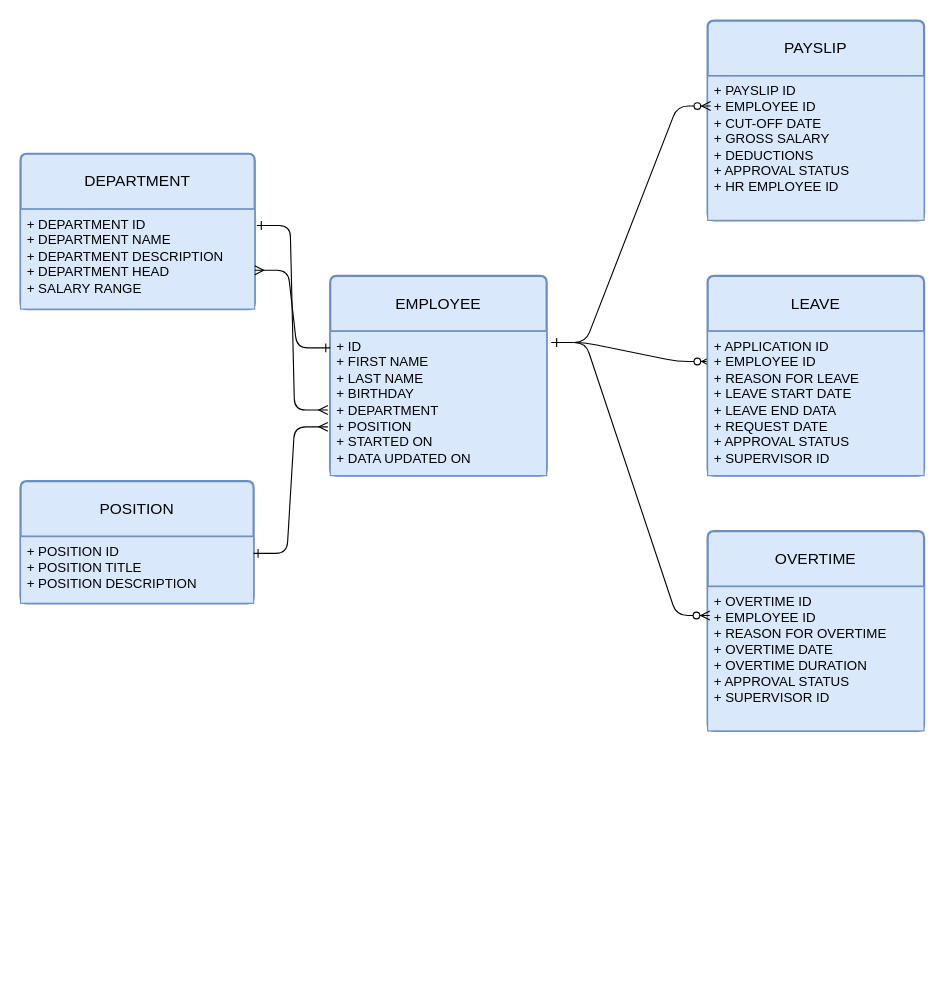
zephyrstorm123/MO-IT107-Worksheet3-ERD keeps this draw.io diagram as MO-IT107-ERD.drawio. Above is the earlier version. Source tidied: cells renumbered, new cells numbered last; positions are measured from the earlier drawing's top-left corner, leaving out a move shared by most shapes. Both pictures are drawn from the tidied source at 111%, with x=0, y=0 at pixel (-19, 20).
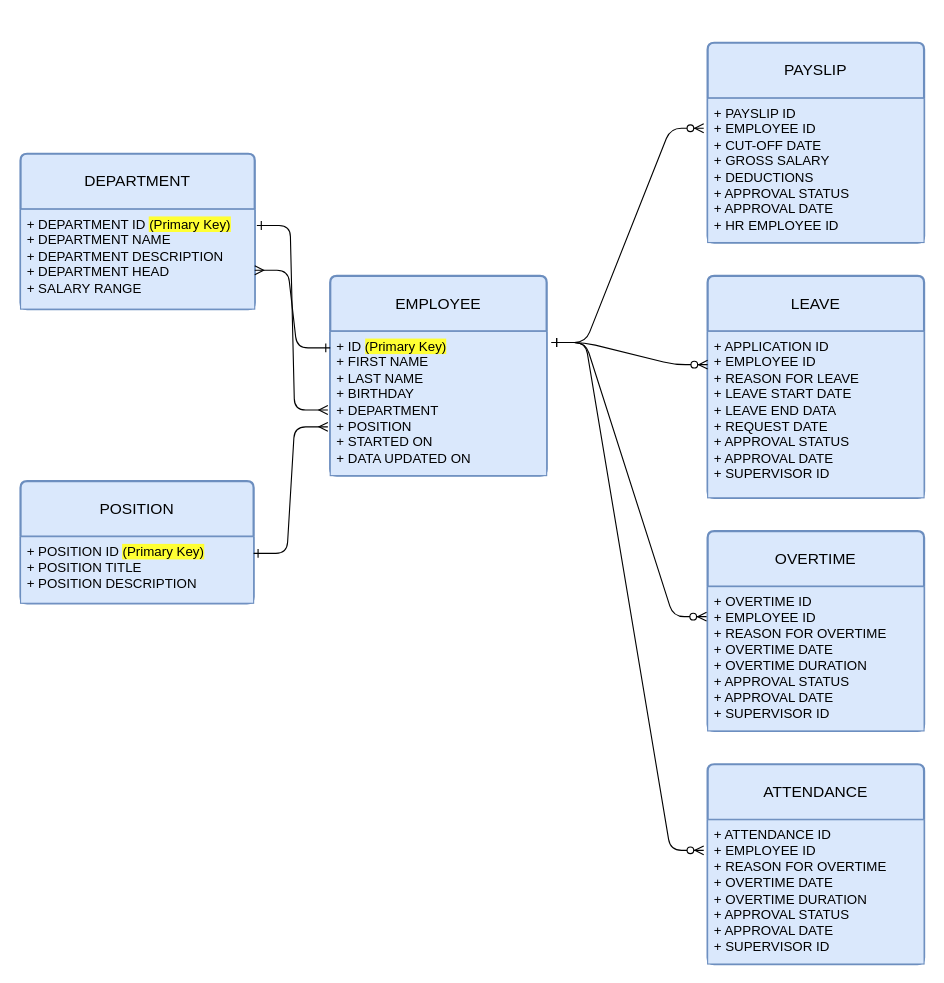
The same page after the edit.

Unchanged cells that the change refers to:
```xml
<mxCell id="3" value="EMPLOYEE" style="swimlane;horizontal=1;startSize=50;rounded=1;fontSize=14;fontStyle=0;strokeWidth=2;shadow=0;dashed=0;align=center;arcSize=4;whiteSpace=wrap;html=1;fillColor=#dae8fc;strokeColor=#6c8ebf;" parent="1" vertex="1">
  <mxGeometry x="314" y="230" width="195" height="180" as="geometry" />
</mxCell>
<mxCell id="10" value="OVERTIME" style="swimlane;horizontal=1;startSize=50;rounded=1;fontSize=14;fontStyle=0;strokeWidth=2;shadow=0;dashed=0;align=center;arcSize=4;whiteSpace=wrap;html=1;fillColor=#dae8fc;strokeColor=#6c8ebf;" parent="1" vertex="1">
  <mxGeometry x="654" y="460" width="195" height="180" as="geometry" />
</mxCell>
<mxCell id="12" value="POSITION" style="swimlane;horizontal=1;startSize=50;rounded=1;fontSize=14;fontStyle=0;strokeWidth=2;shadow=0;dashed=0;align=center;arcSize=4;whiteSpace=wrap;html=1;fillColor=#dae8fc;strokeColor=#6c8ebf;" parent="1" vertex="1">
  <mxGeometry x="35" y="415" width="210" height="110" as="geometry" />
</mxCell>
<mxCell id="16" value="DEPARTMENT" style="swimlane;horizontal=1;startSize=50;rounded=1;fontSize=14;fontStyle=0;strokeWidth=2;shadow=0;dashed=0;align=center;arcSize=4;whiteSpace=wrap;html=1;fillColor=#dae8fc;strokeColor=#6c8ebf;" parent="1" vertex="1">
  <mxGeometry x="35" y="120" width="211" height="140" as="geometry" />
</mxCell>
```

What changed in the source:
```diff
@@
-    <mxCell id="2" style="edgeStyle=entityRelationEdgeStyle;endArrow=ERzeroToMany;startArrow=none;endFill=1;startFill=0;entryX=0.014;entryY=0.209;entryDx=0;entryDy=0;entryPerimeter=0;exitX=1.021;exitY=0.077;exitDx=0;exitDy=0;exitPerimeter=0;" parent="1" edge="1" source="4" target="6">
-      <mxGeometry relative="1" as="geometry">
-        <Array as="points">
-          <mxPoint x="294" y="170" />
-          <mxPoint x="544" y="210" />
-          <mxPoint x="434" y="220" />
-          <mxPoint x="444" y="210" />
-          <mxPoint x="274" y="190" />
-          <mxPoint x="274" y="180" />
-        </Array>
-      </mxGeometry>
-    </mxCell>
@@
-    <mxCell id="4" value="+ ID&lt;br&gt;+ FIRST NAME&lt;br&gt;+ LAST NAME&lt;br&gt;+ BIRTHDAY&lt;br&gt;+ DEPARTMENT&lt;br&gt;+ POSITION&lt;br&gt;+ STARTED ON&lt;br&gt;+ DATA UPDATED ON" style="align=left;strokeColor=#6c8ebf;fillColor=#dae8fc;spacingLeft=4;fontSize=12;verticalAlign=top;html=1;" parent="3" vertex="1">
+    <mxCell id="4" value="+ ID &lt;span style=&quot;background-color: rgb(255, 255, 51);&quot;&gt;(Primary Key)&lt;/span&gt;&lt;br&gt;+ FIRST NAME&lt;br&gt;+ LAST NAME&lt;br&gt;+ BIRTHDAY&lt;br&gt;+ DEPARTMENT&lt;br&gt;+ POSITION&lt;br&gt;+ STARTED ON&lt;br&gt;+ DATA UPDATED ON" style="align=left;strokeColor=#6c8ebf;fillColor=#dae8fc;spacingLeft=4;fontSize=12;verticalAlign=top;html=1;" parent="3" vertex="1">
       <mxGeometry y="50" width="195" height="130" as="geometry" />
     </mxCell>
     <mxCell id="5" value="LEAVE" style="swimlane;horizontal=1;startSize=50;rounded=1;fontSize=14;fontStyle=0;strokeWidth=2;shadow=0;dashed=0;align=center;arcSize=4;whiteSpace=wrap;html=1;fillColor=#dae8fc;strokeColor=#6c8ebf;" parent="1" vertex="1">
-      <mxGeometry x="654" y="230" width="195" height="180" as="geometry" />
+      <mxGeometry x="654" y="230" width="195" height="200" as="geometry" />
     </mxCell>
-    <mxCell id="6" value="+ APPLICATION ID&lt;br&gt;+ EMPLOYEE ID&lt;br&gt;+ REASON FOR LEAVE&lt;br&gt;+ LEAVE START DATE&lt;br&gt;+ LEAVE END DATA&lt;br&gt;+ REQUEST DATE&lt;br&gt;+ APPROVAL STATUS&lt;br&gt;+ SUPERVISOR ID" style="align=left;strokeColor=#6c8ebf;fillColor=#dae8fc;spacingLeft=4;fontSize=12;verticalAlign=top;html=1;" parent="5" vertex="1">
-      <mxGeometry y="50" width="195" height="130" as="geometry" />
+    <mxCell id="6" value="+ APPLICATION ID&lt;br&gt;+ EMPLOYEE ID&lt;br&gt;+ REASON FOR LEAVE&lt;br&gt;+ LEAVE START DATE&lt;br&gt;+ LEAVE END DATA&lt;br&gt;+ REQUEST DATE&lt;br&gt;+ APPROVAL STATUS&lt;br&gt;+ APPROVAL DATE&lt;br&gt;+ SUPERVISOR ID" style="align=left;strokeColor=#6c8ebf;fillColor=#dae8fc;spacingLeft=4;fontSize=12;verticalAlign=top;html=1;" parent="5" vertex="1">
+      <mxGeometry y="50" width="195" height="150" as="geometry" />
     </mxCell>
     <mxCell id="7" value="PAYSLIP" style="swimlane;horizontal=1;startSize=50;rounded=1;fontSize=14;fontStyle=0;strokeWidth=2;shadow=0;dashed=0;align=center;arcSize=4;whiteSpace=wrap;html=1;fillColor=#dae8fc;strokeColor=#6c8ebf;" parent="1" vertex="1">
-      <mxGeometry x="654" width="195" height="180" as="geometry" />
+      <mxGeometry x="654" y="20" width="195" height="180" as="geometry" />
     </mxCell>
-    <mxCell id="8" value="+ PAYSLIP ID&lt;br&gt;+ EMPLOYEE ID&lt;br&gt;+ CUT-OFF DATE&lt;br&gt;+ GROSS SALARY&lt;br&gt;+ DEDUCTIONS&lt;br&gt;+ APPROVAL STATUS&lt;br&gt;+ HR EMPLOYEE ID" style="align=left;strokeColor=#6c8ebf;fillColor=#dae8fc;spacingLeft=4;fontSize=12;verticalAlign=top;html=1;" parent="7" vertex="1">
+    <mxCell id="8" value="+ PAYSLIP ID&lt;br&gt;+ EMPLOYEE ID&lt;br&gt;+ CUT-OFF DATE&lt;br&gt;+ GROSS SALARY&lt;br&gt;+ DEDUCTIONS&lt;br&gt;+ APPROVAL STATUS&lt;br&gt;+ APPROVAL DATE&lt;br&gt;+ HR EMPLOYEE ID" style="align=left;strokeColor=#6c8ebf;fillColor=#dae8fc;spacingLeft=4;fontSize=12;verticalAlign=top;html=1;" parent="7" vertex="1">
       <mxGeometry y="50" width="195" height="130" as="geometry" />
     </mxCell>
-    <mxCell id="9" style="edgeStyle=entityRelationEdgeStyle;endArrow=ERzeroToMany;startArrow=none;endFill=1;startFill=0;entryX=0.014;entryY=0.208;entryDx=0;entryDy=0;entryPerimeter=0;" parent="1" edge="1" target="8">
+    <mxCell id="9" style="edgeStyle=entityRelationEdgeStyle;endArrow=ERzeroToMany;startArrow=none;endFill=1;startFill=0;entryX=-0.018;entryY=0.208;entryDx=0;entryDy=0;entryPerimeter=0;" parent="1" edge="1" target="8">
       <mxGeometry relative="1" as="geometry">
         <mxPoint x="514" y="290" as="sourcePoint" />
         <Array as="points">
           <mxPoint x="344" y="310" />
           <mxPoint x="424" y="130" />
         </Array>
       </mxGeometry>
     </mxCell>
@@
-    <mxCell id="11" value="+ OVERTIME ID&lt;br style=&quot;border-color: var(--border-color);&quot;&gt;+ EMPLOYEE ID&lt;br style=&quot;border-color: var(--border-color);&quot;&gt;+ REASON FOR OVERTIME&lt;br style=&quot;border-color: var(--border-color);&quot;&gt;+ OVERTIME DATE&lt;br style=&quot;border-color: var(--border-color);&quot;&gt;+ OVERTIME DURATION&lt;br style=&quot;border-color: var(--border-color);&quot;&gt;+ APPROVAL STATUS&lt;br style=&quot;border-color: var(--border-color);&quot;&gt;+ SUPERVISOR ID" style="align=left;strokeColor=#6c8ebf;fillColor=#dae8fc;spacingLeft=4;fontSize=12;verticalAlign=top;html=1;" parent="10" vertex="1">
+    <mxCell id="11" value="+ OVERTIME ID&lt;br style=&quot;border-color: var(--border-color);&quot;&gt;+ EMPLOYEE ID&lt;br style=&quot;border-color: var(--border-color);&quot;&gt;+ REASON FOR OVERTIME&lt;br style=&quot;border-color: var(--border-color);&quot;&gt;+ OVERTIME DATE&lt;br style=&quot;border-color: var(--border-color);&quot;&gt;+ OVERTIME DURATION&lt;br style=&quot;border-color: var(--border-color);&quot;&gt;+ APPROVAL STATUS&lt;br&gt;+ APPROVAL DATE&lt;br style=&quot;border-color: var(--border-color);&quot;&gt;+ SUPERVISOR ID" style="align=left;strokeColor=#6c8ebf;fillColor=#dae8fc;spacingLeft=4;fontSize=12;verticalAlign=top;html=1;" parent="10" vertex="1">
       <mxGeometry y="50" width="195" height="130" as="geometry" />
     </mxCell>
@@
-    <mxCell id="13" value="+ POSITION ID&lt;br&gt;+ POSITION TITLE&lt;br&gt;+ POSITION DESCRIPTION" style="align=left;strokeColor=#6c8ebf;fillColor=#dae8fc;spacingLeft=4;fontSize=12;verticalAlign=top;html=1;" parent="12" vertex="1">
+    <mxCell id="13" value="+ POSITION ID &lt;span style=&quot;background-color: rgb(255, 255, 51);&quot;&gt;(Primary Key)&lt;/span&gt;&lt;br&gt;+ POSITION TITLE&lt;br&gt;+ POSITION DESCRIPTION" style="align=left;strokeColor=#6c8ebf;fillColor=#dae8fc;spacingLeft=4;fontSize=12;verticalAlign=top;html=1;" parent="12" vertex="1">
       <mxGeometry y="50" width="210" height="60" as="geometry" />
     </mxCell>
-    <mxCell id="14" style="edgeStyle=entityRelationEdgeStyle;endArrow=ERzeroToMany;startArrow=ERone;endFill=1;startFill=0;entryX=0.01;entryY=0.2;entryDx=0;entryDy=0;entryPerimeter=0;" parent="1" edge="1" target="11">
+    <mxCell id="14" style="edgeStyle=entityRelationEdgeStyle;endArrow=ERzeroToMany;startArrow=ERone;endFill=1;startFill=0;entryX=-0.005;entryY=0.208;entryDx=0;entryDy=0;entryPerimeter=0;" parent="1" edge="1" target="11">
       <mxGeometry relative="1" as="geometry">
         <mxPoint x="514" y="290" as="sourcePoint" />
         <Array as="points">
           <mxPoint x="439" y="240" />
           <mxPoint x="449" y="360" />
           <mxPoint x="290" y="170" />
           <mxPoint x="430" y="220" />
           <mxPoint x="440" y="210" />
           <mxPoint x="270" y="190" />
           <mxPoint x="270" y="180" />
         </Array>
       </mxGeometry>
     </mxCell>
@@
-    <mxCell id="17" value="+ DEPARTMENT ID&lt;br&gt;+ DEPARTMENT NAME&lt;br&gt;+ DEPARTMENT DESCRIPTION&lt;br&gt;+ DEPARTMENT HEAD&lt;br&gt;+ SALARY RANGE" style="align=left;strokeColor=#6c8ebf;fillColor=#dae8fc;spacingLeft=4;fontSize=12;verticalAlign=top;html=1;" parent="16" vertex="1">
+    <mxCell id="17" value="+ DEPARTMENT ID&amp;nbsp;&lt;span style=&quot;background-color: rgb(255, 255, 51);&quot;&gt;(Primary Key)&lt;/span&gt;&lt;br&gt;+ DEPARTMENT NAME&lt;br&gt;+ DEPARTMENT DESCRIPTION&lt;br&gt;+ DEPARTMENT HEAD&lt;br&gt;+ SALARY RANGE" style="align=left;strokeColor=#6c8ebf;fillColor=#dae8fc;spacingLeft=4;fontSize=12;verticalAlign=top;html=1;" parent="16" vertex="1">
       <mxGeometry y="50" width="211" height="90" as="geometry" />
     </mxCell>
@@
+    <mxCell id="21" value="ATTENDANCE" style="swimlane;horizontal=1;startSize=50;rounded=1;fontSize=14;fontStyle=0;strokeWidth=2;shadow=0;dashed=0;align=center;arcSize=4;whiteSpace=wrap;html=1;fillColor=#dae8fc;strokeColor=#6c8ebf;" parent="1" vertex="1">
+      <mxGeometry x="654" y="670" width="195" height="180" as="geometry" />
+    </mxCell>
+    <mxCell id="22" value="+ ATTENDANCE ID&lt;br style=&quot;border-color: var(--border-color);&quot;&gt;+ EMPLOYEE ID&lt;br style=&quot;border-color: var(--border-color);&quot;&gt;+ REASON FOR OVERTIME&lt;br style=&quot;border-color: var(--border-color);&quot;&gt;+ OVERTIME DATE&lt;br style=&quot;border-color: var(--border-color);&quot;&gt;+ OVERTIME DURATION&lt;br style=&quot;border-color: var(--border-color);&quot;&gt;+ APPROVAL STATUS&lt;br&gt;+ APPROVAL DATE&lt;br style=&quot;border-color: var(--border-color);&quot;&gt;+ SUPERVISOR ID" style="align=left;strokeColor=#6c8ebf;fillColor=#dae8fc;spacingLeft=4;fontSize=12;verticalAlign=top;html=1;" parent="21" vertex="1">
+      <mxGeometry y="50" width="195" height="130" as="geometry" />
+    </mxCell>
+    <mxCell id="23" style="edgeStyle=entityRelationEdgeStyle;endArrow=ERzeroToMany;startArrow=ERone;endFill=1;startFill=0;entryX=-0.018;entryY=0.212;entryDx=0;entryDy=0;entryPerimeter=0;" parent="1" edge="1" target="22">
+      <mxGeometry relative="1" as="geometry">
+        <mxPoint x="514" y="290" as="sourcePoint" />
+        <Array as="points">
+          <mxPoint x="449" y="250" />
+          <mxPoint x="459" y="370" />
+          <mxPoint x="300" y="180" />
+          <mxPoint x="440" y="230" />
+          <mxPoint x="450" y="220" />
+          <mxPoint x="280" y="200" />
+          <mxPoint x="280" y="190" />
+        </Array>
+      </mxGeometry>
+    </mxCell>
+    <mxCell id="2" style="edgeStyle=entityRelationEdgeStyle;endArrow=ERzeroToMany;startArrow=none;endFill=1;startFill=0;exitX=1.021;exitY=0.077;exitDx=0;exitDy=0;exitPerimeter=0;" parent="1" edge="1" source="4">
+      <mxGeometry relative="1" as="geometry">
+        <mxPoint x="654" y="310" as="targetPoint" />
+        <Array as="points">
+          <mxPoint x="294" y="170" />
+          <mxPoint x="544" y="210" />
+          <mxPoint x="434" y="220" />
+          <mxPoint x="444" y="210" />
+          <mxPoint x="274" y="190" />
+          <mxPoint x="274" y="180" />
+        </Array>
+      </mxGeometry>
+    </mxCell>
```
